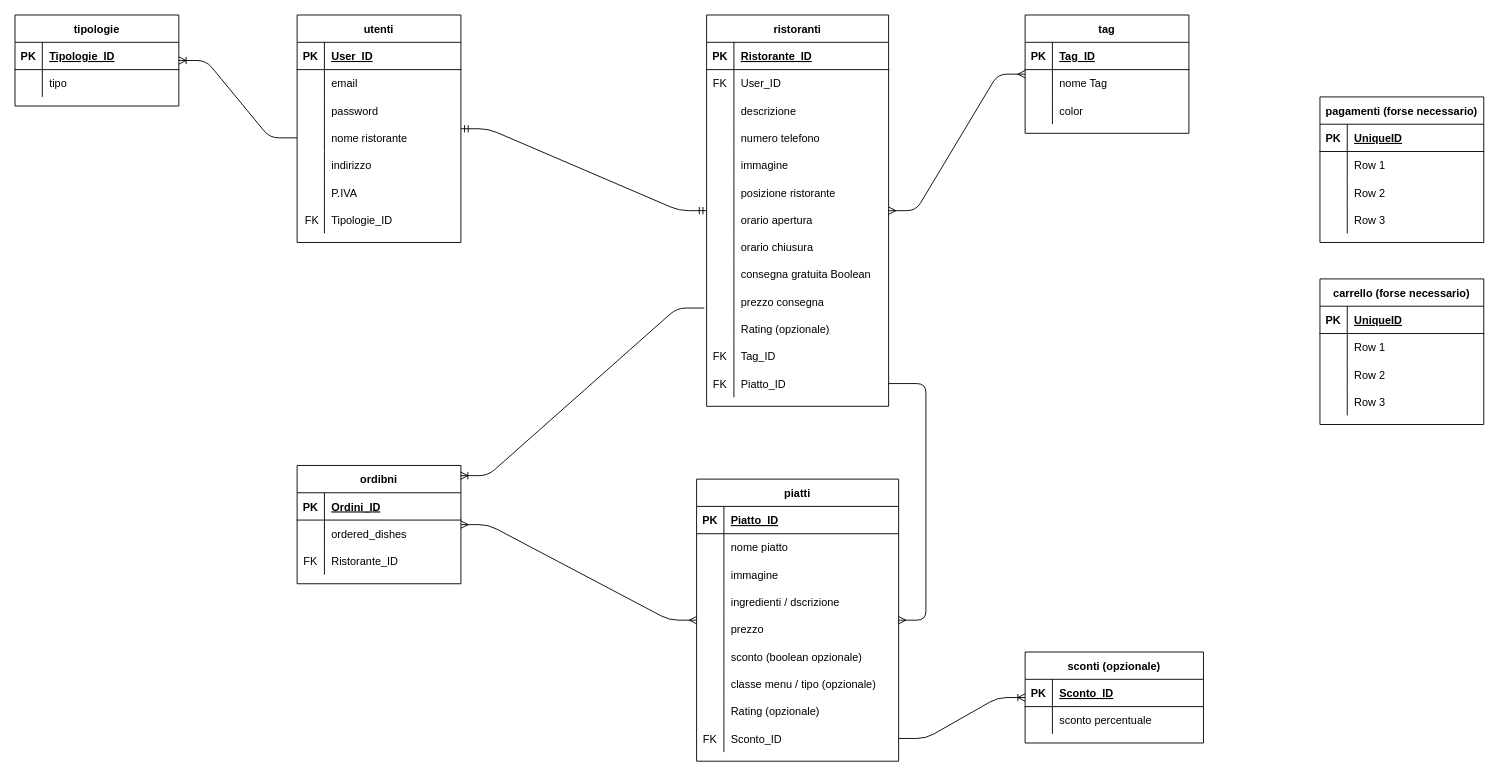
antoniorocca/deliveboo keeps this draw.io diagram as Deliveboo.drawio. Above is the earlier version. Source tidied: cells renumbered, new cells numbered last; positions are measured from the earlier drawing's top-left corner, leaving out a move shared by most shapes. Both pictures are drawn from the tidied source at 91%, with x=0, y=0 at pixel (15, 15).
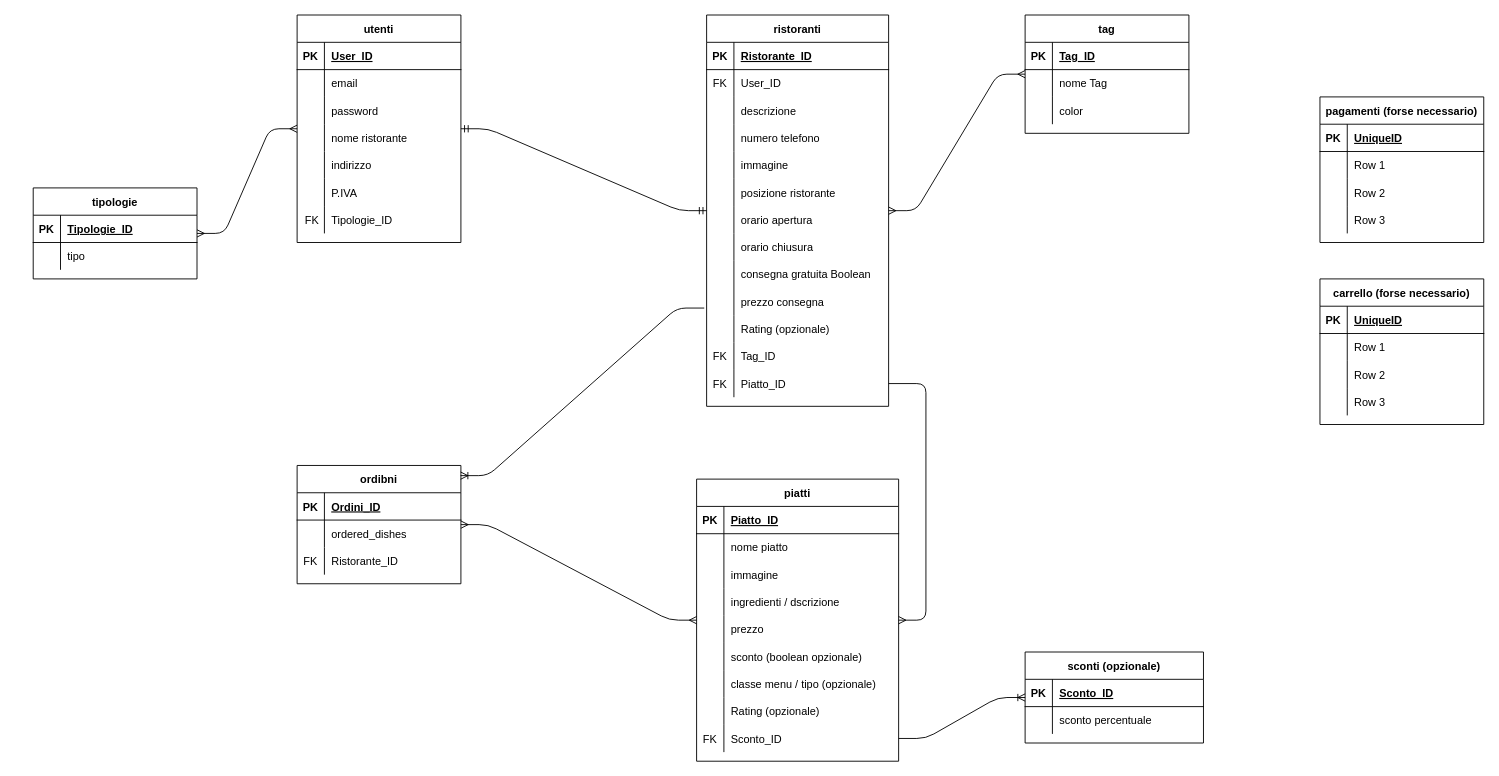
The same page after the edit.

The change refers to these unchanged cells:
```xml
<mxCell id="2" value="utenti" style="shape=table;startSize=30;childLayout=tableLayout;rowLines=0;fontStyle=1;align=center;" parent="1" vertex="1">
  <mxGeometry x="310" width="180" height="250" as="geometry" />
</mxCell>
<mxCell id="12" style="shape=partialRectangle;fillColor=none;top=0;left=0;bottom=0;right=0;points=[[0,0.5],[1,0.5]];portConstraint=eastwest;" parent="2" vertex="1">
  <mxGeometry y="120" width="180" height="30" as="geometry" />
</mxCell>
```

Diff of the diagram source:
```diff
@@
     <mxCell id="105" value="tipologie" style="shape=table;startSize=30;childLayout=tableLayout;rowLines=0;fontStyle=1;align=center;" parent="1" vertex="1">
-      <mxGeometry width="180" height="100" as="geometry" />
+      <mxGeometry x="20" y="190" width="180" height="100" as="geometry" />
     </mxCell>
@@
-    <mxCell id="153" style="edgeStyle=entityRelationEdgeStyle;fontSize=12;html=1;endArrow=ERoneToMany;exitX=0;exitY=0.5;exitDx=0;exitDy=0;" parent="1" edge="1" source="12" target="105">
-      <mxGeometry relative="1" as="geometry" />
-    </mxCell>
@@
+    <mxCell id="159" style="edgeStyle=entityRelationEdgeStyle;fontSize=12;html=1;endArrow=ERmany;startArrow=ERmany;" parent="1" edge="1" source="105" target="2">
+      <mxGeometry relative="1" as="geometry" />
+    </mxCell>
```
